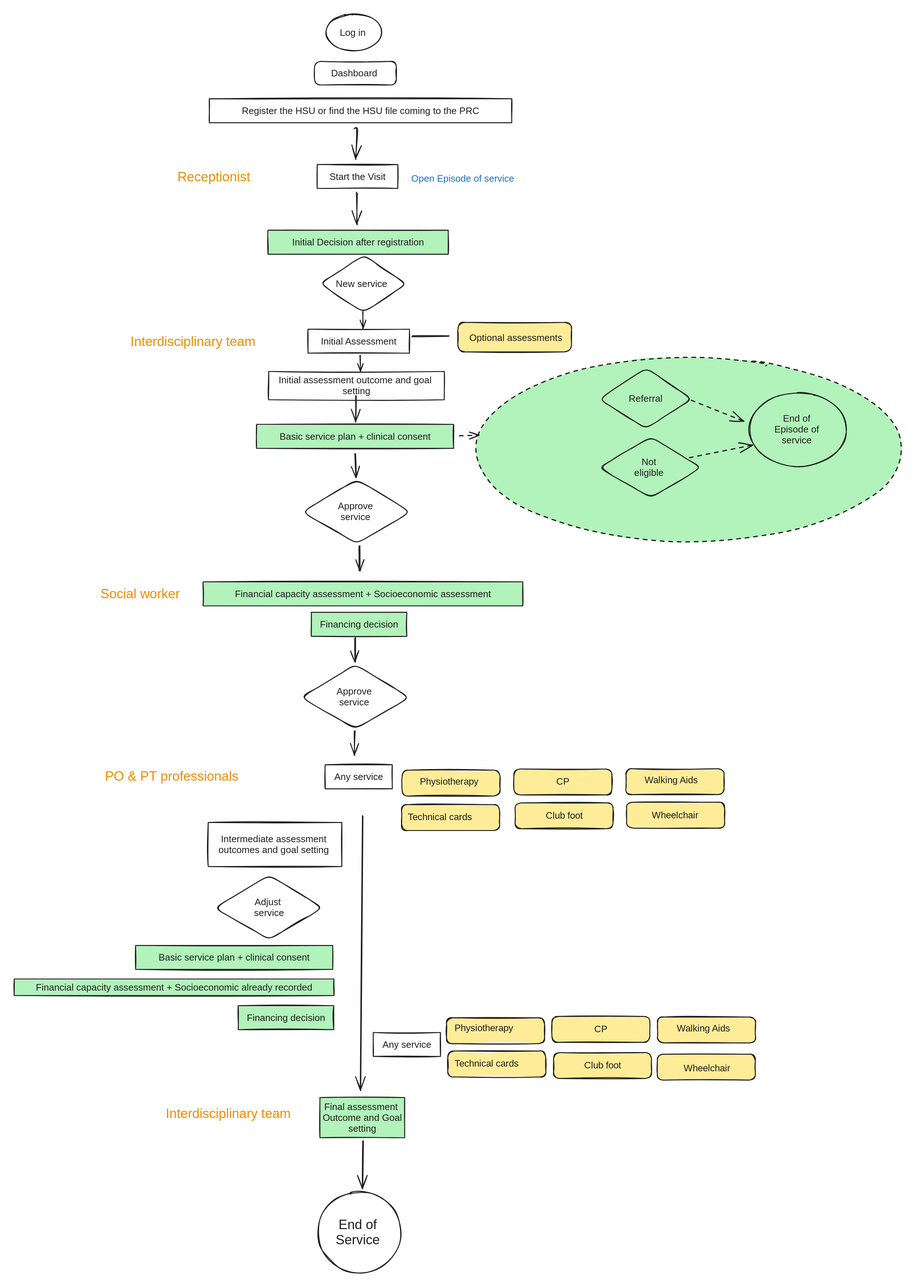
This is digital-center-management-system-v2/.gitbook/assets/file.excalidraw (1).svg from icrc/digitalhealth-docs, a Excalidraw export, as it was before one commit. Source tidied: one line per element, renumbered; positions are measured from the earlier drawing's top-left corner, leaving out a move shared by most shapes.
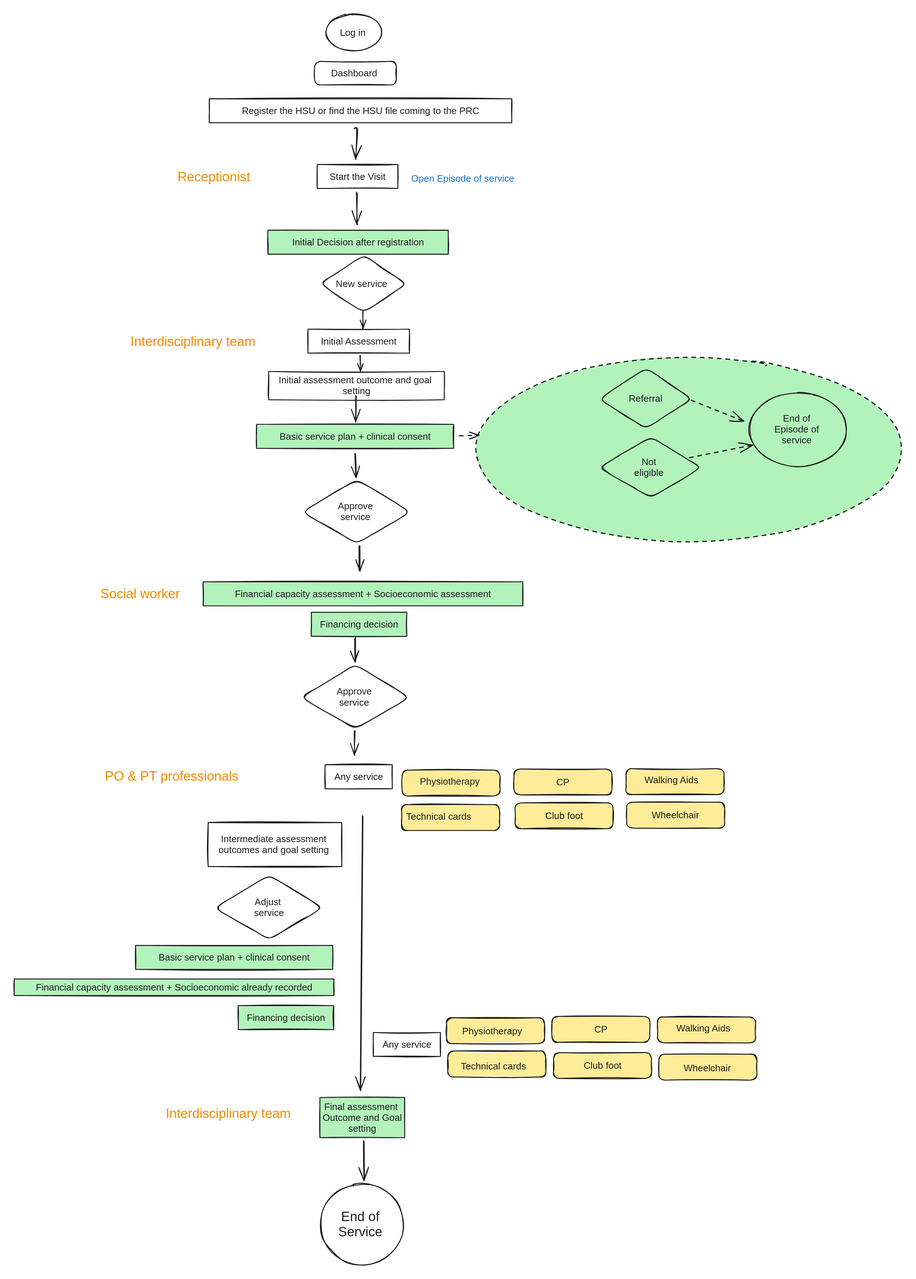
The same diagram one commit later.

The edit, as a diff of the source:
```diff
@@ -35,20 +35,17 @@
 {"id": 34, "type": "text", "text": "Interdisciplinary team", "strokeColor": "#f08c00", "strokeWidth": 2, "roughness": 1, "fontSize": 28, "fontFamily": 2, "x": 246, "y": 677, "width": 265, "height": 32}
 {"id": 35, "type": "text", "text": "New service", "strokeColor": "#1e1e1e", "strokeWidth": 2, "roughness": 1, "fontSize": 20, "fontFamily": 2, "x": 680, "y": 559, "width": 109, "height": 23}
 {"id": 36, "type": "text", "text": "Social worker", "strokeColor": "#f08c00", "strokeWidth": 2, "roughness": 1, "fontSize": 28, "fontFamily": 2, "x": 182, "y": 1211, "width": 169, "height": 32}
-{"id": 37, "type": "line", "strokeColor": "#1e1e1e", "backgroundColor": "#1e1e1e", "fillStyle": "solid", "strokeWidth": 2, "roughness": 1, "round": true, "x": 842, "y": 681, "width": 78, "height": 0, "points": [[0, 0], [78, 0]]}
-{"id": 38, "type": "rectangle", "strokeColor": "#1e1e1e", "backgroundColor": "#ffec99", "fillStyle": "solid", "strokeWidth": 2, "roughness": 1, "round": true, "x": 938, "y": 652, "width": 241, "height": 62}
-{"id": 39, "type": "text", "text": "Optional assessments", "strokeColor": "#1e1e1e", "strokeWidth": 2, "roughness": 1, "fontSize": 20, "fontFamily": 2, "x": 963, "y": 673, "width": 197, "height": 23}
 {"id": 40, "type": "rectangle", "strokeColor": "#1e1e1e", "backgroundColor": "#ffec99", "fillStyle": "solid", "strokeWidth": 2, "roughness": 1, "round": true, "x": 820, "y": 1672, "width": 207, "height": 55}
-{"id": 41, "type": "text", "text": "Technical cards", "strokeColor": "#1e1e1e", "backgroundColor": "#ffec99", "fillStyle": "solid", "strokeWidth": 2, "roughness": 1, "fontSize": 20, "fontFamily": 1, "x": 833, "y": 1687, "width": 154, "height": 25}
+{"id": 41, "type": "text", "text": "Technical cards", "strokeColor": "#1e1e1e", "backgroundColor": "#ffec99", "fillStyle": "solid", "strokeWidth": 2, "roughness": 1, "fontSize": 20, "fontFamily": 2, "x": 829, "y": 1686, "width": 138, "height": 23}
 {"id": 42, "type": "rectangle", "strokeColor": "#1e1e1e", "backgroundColor": "#ffec99", "fillStyle": "solid", "strokeWidth": 2, "roughness": 1, "round": true, "x": 1294, "y": 1596, "width": 207, "height": 55}
 {"id": 43, "type": "rectangle", "strokeColor": "#1e1e1e", "backgroundColor": "#ffec99", "fillStyle": "solid", "strokeWidth": 2, "roughness": 1, "round": true, "x": 821, "y": 1599, "width": 207, "height": 55}
 {"id": 44, "type": "rectangle", "strokeColor": "#1e1e1e", "backgroundColor": "#ffec99", "fillStyle": "solid", "strokeWidth": 2, "roughness": 1, "round": true, "x": 1296, "y": 1667, "width": 207, "height": 55}
-{"id": 45, "type": "text", "text": "Wheelchair", "strokeColor": "#1e1e1e", "backgroundColor": "#ffec99", "fillStyle": "solid", "strokeWidth": 2, "roughness": 1, "fontSize": 20, "fontFamily": 1, "x": 1349, "y": 1683, "width": 98, "height": 25}
+{"id": 45, "type": "text", "text": "Wheelchair", "strokeColor": "#1e1e1e", "backgroundColor": "#ffec99", "fillStyle": "solid", "strokeWidth": 2, "roughness": 1, "fontSize": 20, "fontFamily": 2, "x": 1349, "y": 1683, "width": 100, "height": 23}
-{"id": 46, "type": "text", "text": "Walking Aids", "strokeColor": "#1e1e1e", "backgroundColor": "#ffec99", "fillStyle": "solid", "strokeWidth": 2, "roughness": 1, "fontSize": 20, "fontFamily": 1, "x": 1333, "y": 1609, "width": 117, "height": 25}
+{"id": 46, "type": "text", "text": "Walking Aids", "strokeColor": "#1e1e1e", "backgroundColor": "#ffec99", "fillStyle": "solid", "strokeWidth": 2, "roughness": 1, "fontSize": 20, "fontFamily": 2, "x": 1333, "y": 1609, "width": 115, "height": 23}
 {"id": 47, "type": "rectangle", "strokeColor": "#1e1e1e", "backgroundColor": "#ffec99", "fillStyle": "solid", "strokeWidth": 2, "roughness": 1, "round": true, "x": 1060, "y": 1669, "width": 207, "height": 55}
-{"id": 48, "type": "text", "text": "Club foot", "strokeColor": "#1e1e1e", "backgroundColor": "#ffec99", "fillStyle": "solid", "strokeWidth": 2, "roughness": 1, "fontSize": 20, "fontFamily": 1, "textAlign": "center", "verticalAlign": "middle", "inside": 47, "x": 1117, "y": 1683, "width": 93, "height": 25}
+{"id": 48, "type": "text", "text": "Club foot", "strokeColor": "#1e1e1e", "backgroundColor": "#ffec99", "fillStyle": "solid", "strokeWidth": 2, "roughness": 1, "fontSize": 20, "fontFamily": 2, "textAlign": "center", "verticalAlign": "middle", "inside": 47, "x": 1123, "y": 1684, "width": 80, "height": 23}
 {"id": 49, "type": "rectangle", "strokeColor": "#1e1e1e", "backgroundColor": "#ffec99", "fillStyle": "solid", "strokeWidth": 2, "roughness": 1, "round": true, "x": 1057, "y": 1597, "width": 207, "height": 55}
-{"id": 50, "type": "text", "text": "CP", "strokeColor": "#1e1e1e", "backgroundColor": "#ffec99", "fillStyle": "solid", "strokeWidth": 2, "roughness": 1, "fontSize": 20, "fontFamily": 1, "textAlign": "center", "verticalAlign": "middle", "inside": 49, "x": 1148, "y": 1612, "width": 26, "height": 25}
+{"id": 50, "type": "text", "text": "CP", "strokeColor": "#1e1e1e", "backgroundColor": "#ffec99", "fillStyle": "solid", "strokeWidth": 2, "roughness": 1, "fontSize": 20, "fontFamily": 2, "textAlign": "center", "verticalAlign": "middle", "inside": 49, "x": 1147, "y": 1613, "width": 28, "height": 23}
 {"id": 51, "type": "rectangle", "strokeColor": "#1e1e1e", "strokeWidth": 2, "roughness": 1, "x": 410, "y": 1710, "width": 283, "height": 93}
 {"id": 52, "type": "text", "text": "Intermediate assessment \noutcomes and goal setting ", "strokeColor": "#1e1e1e", "strokeWidth": 2, "roughness": 1, "fontSize": 20, "fontFamily": 2, "textAlign": "center", "verticalAlign": "middle", "inside": 51, "x": 433, "y": 1734, "width": 238, "height": 46}
 {"id": 53, "type": "rectangle", "strokeColor": "#1e1e1e", "backgroundColor": "#b2f2bb", "fillStyle": "solid", "strokeWidth": 2, "roughness": 1, "x": 257, "y": 1970, "width": 417, "height": 51}
@@ -73,7 +70,7 @@
 {"id": 72, "type": "text", "text": "Adjust \nservice", "strokeColor": "#1e1e1e", "backgroundColor": "#1e1e1e", "fillStyle": "solid", "strokeWidth": 2, "roughness": 1, "fontSize": 20, "fontFamily": 2, "textAlign": "center", "verticalAlign": "middle", "inside": 71, "x": 508, "y": 1867, "width": 63, "height": 46}
 {"id": 73, "type": "arrow", "strokeColor": "#1e1e1e", "backgroundColor": "#ffec99", "fillStyle": "solid", "strokeWidth": 2, "roughness": 1, "endArrowhead": "arrow", "round": true, "from": 68, "x": 720, "y": 1517, "width": 0, "height": 51, "points": [[0, 0], [0, 51]]}
 {"id": 74, "type": "arrow", "strokeColor": "#1e1e1e", "strokeWidth": 2, "roughness": 1, "endArrowhead": "arrow", "round": true, "to": 5, "x": 738, "y": 629, "width": 1, "height": 36, "points": [[0, 0], [-1, 36]]}
-{"id": 75, "type": "text", "text": "Physiotherapy ", "strokeColor": "#1e1e1e", "backgroundColor": "#ffec99", "fillStyle": "solid", "strokeWidth": 2, "roughness": 1, "fontSize": 20, "fontFamily": 1, "x": 858, "y": 1611, "width": 142, "height": 25}
+{"id": 75, "type": "text", "text": "Physiotherapy ", "strokeColor": "#1e1e1e", "backgroundColor": "#ffec99", "fillStyle": "solid", "strokeWidth": 2, "roughness": 1, "fontSize": 20, "fontFamily": 2, "x": 858, "y": 1611, "width": 133, "height": 23}
 {"id": 76, "type": "text", "text": "PO & PT professionals ", "strokeColor": "#f08c00", "strokeWidth": 2, "roughness": 1, "fontSize": 28, "fontFamily": 2, "x": 192, "y": 1596, "width": 292, "height": 32}
 {"id": 77, "type": "rectangle", "strokeColor": "#1e1e1e", "backgroundColor": "#b2f2bb", "fillStyle": "solid", "strokeWidth": 2, "roughness": 1, "x": 474, "y": 2098, "width": 202, "height": 51}
 {"id": 78, "type": "text", "text": "Financing decision", "strokeColor": "#1e1e1e", "strokeWidth": 2, "roughness": 1, "fontSize": 20, "fontFamily": 2, "textAlign": "center", "verticalAlign": "middle", "inside": 77, "x": 492, "y": 2112, "width": 165, "height": 23}
@@ -81,18 +78,18 @@
 {"id": 80, "type": "text", "text": "Financial capacity assessment + Socioeconomic already recorded", "strokeColor": "#1e1e1e", "strokeWidth": 2, "roughness": 1, "fontSize": 20, "fontFamily": 2, "textAlign": "center", "verticalAlign": "middle", "inside": 79, "x": 47, "y": 2047, "width": 582, "height": 23}
 {"id": 81, "type": "rectangle", "strokeColor": "#1e1e1e", "strokeWidth": 2, "roughness": 1, "x": 760, "y": 2154, "width": 142, "height": 51}
 {"id": 82, "type": "text", "text": "Any service", "strokeColor": "#1e1e1e", "strokeWidth": 2, "roughness": 1, "fontSize": 20, "fontFamily": 2, "textAlign": "center", "verticalAlign": "middle", "inside": 81, "x": 779, "y": 2168, "width": 103, "height": 23}
-{"id": 83, "type": "ellipse", "strokeColor": "#1e1e1e", "strokeWidth": 2, "roughness": 1, "round": true, "x": 643, "y": 2492, "width": 175, "height": 171}
+{"id": 83, "type": "ellipse", "strokeColor": "#1e1e1e", "strokeWidth": 2, "roughness": 1, "round": true, "x": 648, "y": 2475, "width": 175, "height": 171}
-{"id": 84, "type": "text", "text": "End of \nService ", "strokeColor": "#1e1e1e", "backgroundColor": "#b2f2bb", "fillStyle": "solid", "strokeWidth": 2, "strokeStyle": "dashed", "roughness": 1, "fontSize": 28, "fontFamily": 2, "textAlign": "center", "verticalAlign": "middle", "inside": 83, "x": 680, "y": 2545, "width": 101, "height": 64}
+{"id": 84, "type": "text", "text": "End of \nService ", "strokeColor": "#1e1e1e", "backgroundColor": "#b2f2bb", "fillStyle": "solid", "strokeWidth": 2, "strokeStyle": "dashed", "roughness": 1, "fontSize": 28, "fontFamily": 2, "textAlign": "center", "verticalAlign": "middle", "inside": 83, "x": 685, "y": 2528, "width": 101, "height": 64}
-{"id": 85, "type": "arrow", "strokeColor": "#1e1e1e", "backgroundColor": "#ffec99", "fillStyle": "solid", "strokeWidth": 2, "roughness": 1, "endArrowhead": "arrow", "round": true, "from": 10, "to": 83, "x": 739, "y": 2385, "width": 1, "height": 99, "points": [[0, 0], [-1, 99]]}
+{"id": 85, "type": "arrow", "strokeColor": "#1e1e1e", "backgroundColor": "#ffec99", "fillStyle": "solid", "strokeWidth": 2, "roughness": 1, "endArrowhead": "arrow", "round": true, "from": 10, "to": 83, "x": 740, "y": 2385, "width": 1, "height": 82, "points": [[0, 0], [1, 82]]}
 {"id": 86, "type": "text", "text": "Interdisciplinary team", "strokeColor": "#f08c00", "strokeWidth": 2, "roughness": 1, "fontSize": 28, "fontFamily": 2, "x": 321, "y": 2310, "width": 265, "height": 32}
 {"id": 87, "type": "rectangle", "strokeColor": "#1e1e1e", "backgroundColor": "#ffec99", "fillStyle": "solid", "strokeWidth": 2, "roughness": 1, "round": true, "x": 917, "y": 2194, "width": 207, "height": 55}
-{"id": 88, "type": "text", "text": "Technical cards", "strokeColor": "#1e1e1e", "backgroundColor": "#ffec99", "fillStyle": "solid", "strokeWidth": 2, "roughness": 1, "fontSize": 20, "fontFamily": 1, "x": 932, "y": 2208, "width": 154, "height": 25}
+{"id": 88, "type": "text", "text": "Technical cards", "strokeColor": "#1e1e1e", "backgroundColor": "#ffec99", "fillStyle": "solid", "strokeWidth": 2, "roughness": 1, "fontSize": 20, "fontFamily": 2, "x": 945, "y": 2214, "width": 138, "height": 23}
-{"id": 89, "type": "text", "text": "Physiotherapy ", "strokeColor": "#1e1e1e", "backgroundColor": "#ffec99", "fillStyle": "solid", "strokeWidth": 2, "roughness": 1, "fontSize": 20, "fontFamily": 1, "x": 931, "y": 2133, "width": 142, "height": 25}
+{"id": 89, "type": "text", "text": "Physiotherapy ", "strokeColor": "#1e1e1e", "backgroundColor": "#ffec99", "fillStyle": "solid", "strokeWidth": 2, "roughness": 1, "fontSize": 20, "fontFamily": 2, "x": 948, "y": 2140, "width": 133, "height": 23}
 {"id": 90, "type": "rectangle", "strokeColor": "#1e1e1e", "backgroundColor": "#ffec99", "fillStyle": "solid", "strokeWidth": 2, "roughness": 1, "round": true, "x": 1138, "y": 2120, "width": 207, "height": 55}
-{"id": 91, "type": "text", "text": "CP", "strokeColor": "#1e1e1e", "backgroundColor": "#ffec99", "fillStyle": "solid", "strokeWidth": 2, "roughness": 1, "fontSize": 20, "fontFamily": 1, "textAlign": "center", "verticalAlign": "middle", "inside": 90, "x": 1228, "y": 2135, "width": 26, "height": 25}
+{"id": 91, "type": "text", "text": "CP", "strokeColor": "#1e1e1e", "backgroundColor": "#ffec99", "fillStyle": "solid", "strokeWidth": 2, "roughness": 1, "fontSize": 20, "fontFamily": 2, "textAlign": "center", "verticalAlign": "middle", "inside": 90, "x": 1227, "y": 2136, "width": 28, "height": 23}
 {"id": 92, "type": "rectangle", "strokeColor": "#1e1e1e", "backgroundColor": "#ffec99", "fillStyle": "solid", "strokeWidth": 2, "roughness": 1, "round": true, "x": 1141, "y": 2197, "width": 207, "height": 55}
-{"id": 93, "type": "text", "text": "Club foot", "strokeColor": "#1e1e1e", "backgroundColor": "#ffec99", "fillStyle": "solid", "strokeWidth": 2, "roughness": 1, "fontSize": 20, "fontFamily": 1, "textAlign": "center", "verticalAlign": "middle", "inside": 92, "x": 1198, "y": 2212, "width": 93, "height": 25}
+{"id": 93, "type": "text", "text": "Club foot", "strokeColor": "#1e1e1e", "backgroundColor": "#ffec99", "fillStyle": "solid", "strokeWidth": 2, "roughness": 1, "fontSize": 20, "fontFamily": 2, "textAlign": "center", "verticalAlign": "middle", "inside": 92, "x": 1205, "y": 2213, "width": 80, "height": 23}
 {"id": 94, "type": "rectangle", "strokeColor": "#1e1e1e", "backgroundColor": "#ffec99", "fillStyle": "solid", "strokeWidth": 2, "roughness": 1, "round": true, "x": 1361, "y": 2122, "width": 207, "height": 55}
-{"id": 95, "type": "text", "text": "Walking Aids", "strokeColor": "#1e1e1e", "backgroundColor": "#ffec99", "fillStyle": "solid", "strokeWidth": 2, "roughness": 1, "fontSize": 20, "fontFamily": 1, "x": 1402, "y": 2134, "width": 117, "height": 25}
+{"id": 95, "type": "text", "text": "Walking Aids", "strokeColor": "#1e1e1e", "backgroundColor": "#ffec99", "fillStyle": "solid", "strokeWidth": 2, "roughness": 1, "fontSize": 20, "fontFamily": 2, "x": 1401, "y": 2134, "width": 115, "height": 23}
-{"id": 96, "type": "rectangle", "strokeColor": "#1e1e1e", "backgroundColor": "#ffec99", "fillStyle": "solid", "strokeWidth": 2, "roughness": 1, "round": true, "x": 1361, "y": 2200, "width": 207, "height": 55}
+{"id": 96, "type": "rectangle", "strokeColor": "#1e1e1e", "backgroundColor": "#ffec99", "fillStyle": "solid", "strokeWidth": 2, "roughness": 1, "round": true, "x": 1364, "y": 2200, "width": 207, "height": 55}
-{"id": 97, "type": "text", "text": "Wheelchair", "strokeColor": "#1e1e1e", "backgroundColor": "#ffec99", "fillStyle": "solid", "strokeWidth": 2, "roughness": 1, "fontSize": 20, "fontFamily": 1, "x": 1416, "y": 2218, "width": 98, "height": 25}
+{"id": 97, "type": "text", "text": "Wheelchair", "strokeColor": "#1e1e1e", "backgroundColor": "#ffec99", "fillStyle": "solid", "strokeWidth": 2, "roughness": 1, "fontSize": 20, "fontFamily": 2, "x": 1416, "y": 2218, "width": 100, "height": 23}
```
